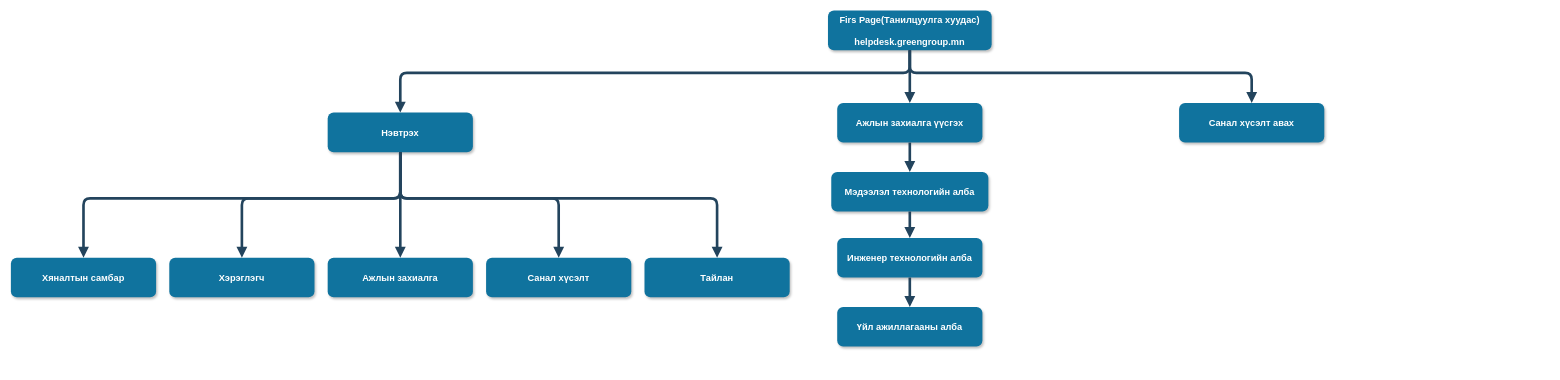
This is Untitled Diagram.drawio from Tuuduu/greennext, a draw.io file, before an edit. Source tidied: cells renumbered, new cells numbered last; positions are measured from the earlier drawing's top-left corner, leaving out a move shared by most shapes. Both pictures are drawn from the tidied source at 66%, with x=0, y=0 at pixel (11, 11).
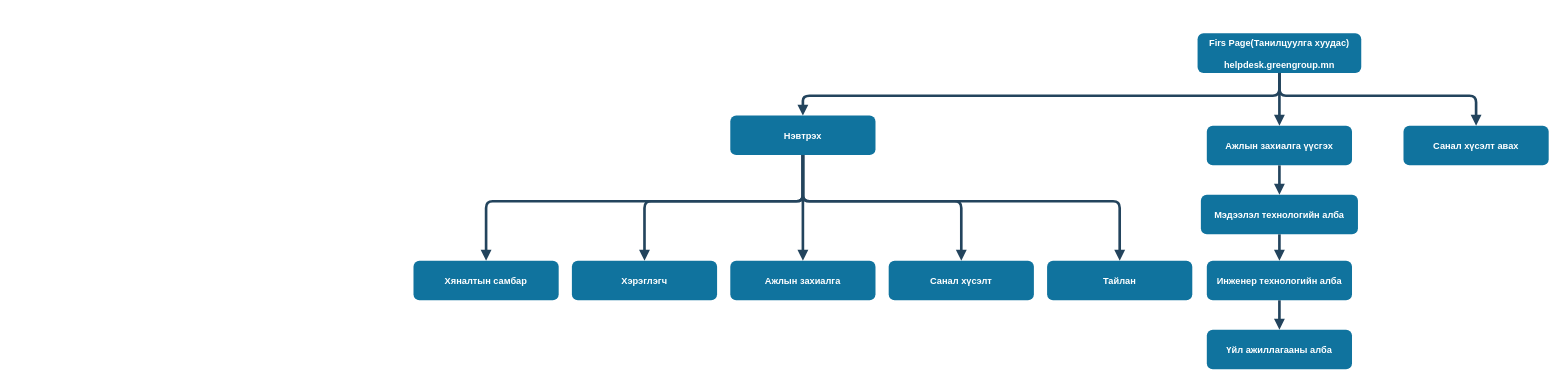
Above is the later version.

Commit message:
A4 хэвэлдэг болгов

Change to the diagram source:
```diff
@@
-    <mxCell id="2" value="Firs Page(Танилцуулга хуудас)&#10;&#10;helpdesk.greengroup.mn" style="rounded=1;fillColor=#10739E;strokeColor=none;shadow=1;gradientColor=none;fontStyle=1;fontColor=#FFFFFF;fontSize=14;" parent="1" vertex="1">
-      <mxGeometry x="1238" y="-0.5" width="248" height="60" as="geometry" />
+    <mxCell id="2" value="Firs Page(Танилцуулга хуудас)&#10;&#10;helpdesk.greengroup.mn" style="rounded=1;fillColor=#10739E;strokeColor=none;shadow=0;gradientColor=none;fontStyle=1;fontColor=#FFFFFF;fontSize=14;" parent="1" vertex="1">
+      <mxGeometry x="1798" y="34" width="248" height="60" as="geometry" />
     </mxCell>
-    <mxCell id="3" value="Нэвтрэх" style="rounded=1;fillColor=#10739E;strokeColor=none;shadow=1;gradientColor=none;fontStyle=1;fontColor=#FFFFFF;fontSize=14;" parent="1" vertex="1">
-      <mxGeometry x="480" y="154" width="220" height="60" as="geometry" />
+    <mxCell id="3" value="Нэвтрэх" style="rounded=1;fillColor=#10739E;strokeColor=none;shadow=0;gradientColor=none;fontStyle=1;fontColor=#FFFFFF;fontSize=14;" parent="1" vertex="1">
+      <mxGeometry x="1090" y="158.5" width="220" height="60" as="geometry" />
     </mxCell>
-    <mxCell id="4" style="edgeStyle=elbowEdgeStyle;elbow=vertical;strokeWidth=4;endArrow=block;endFill=1;fontStyle=1;strokeColor=#23445D;exitX=0.5;exitY=1;exitDx=0;exitDy=0;" parent="1" edge="1" source="2" target="3">
+    <mxCell id="4" style="edgeStyle=elbowEdgeStyle;elbow=vertical;strokeWidth=4;endArrow=block;endFill=1;fontStyle=1;strokeColor=#23445D;exitX=0.5;exitY=1;exitDx=0;exitDy=0;shadow=0;" parent="1" edge="1" source="2" target="3">
       <mxGeometry x="22" y="165.5" as="geometry">
         <Array as="points">
-          <mxPoint x="970" y="94" />
+          <mxPoint x="1530" y="128.5" />
         </Array>
       </mxGeometry>
     </mxCell>
-    <mxCell id="5" style="edgeStyle=elbowEdgeStyle;elbow=vertical;strokeWidth=4;endArrow=block;endFill=1;fontStyle=1;strokeColor=#23445D;entryX=0.5;entryY=0;entryDx=0;entryDy=0;" parent="1" edge="1" source="3" target="19">
+    <mxCell id="5" style="edgeStyle=elbowEdgeStyle;elbow=vertical;strokeWidth=4;endArrow=block;endFill=1;fontStyle=1;strokeColor=#23445D;entryX=0.5;entryY=0;entryDx=0;entryDy=0;shadow=0;" parent="1" edge="1" source="3" target="19">
       <mxGeometry x="22" y="165.5" as="geometry">
         <Array as="points">
-          <mxPoint x="830" y="284" />
+          <mxPoint x="1440" y="288.5" />
         </Array>
       </mxGeometry>
     </mxCell>
-    <mxCell id="6" value="Ажлын захиалга үүсгэх" style="rounded=1;fillColor=#10739E;strokeColor=none;shadow=1;gradientColor=none;fontStyle=1;fontColor=#FFFFFF;fontSize=14;" parent="1" vertex="1">
-      <mxGeometry x="1252" y="139.5" width="220" height="60" as="geometry" />
+    <mxCell id="6" value="Ажлын захиалга үүсгэх" style="rounded=1;fillColor=#10739E;strokeColor=none;shadow=0;gradientColor=none;fontStyle=1;fontColor=#FFFFFF;fontSize=14;" parent="1" vertex="1">
+      <mxGeometry x="1812" y="174" width="220" height="60" as="geometry" />
     </mxCell>
-    <mxCell id="7" value="Санал хүсэлт авах" style="rounded=1;fillColor=#10739E;strokeColor=none;shadow=1;gradientColor=none;fontStyle=1;fontColor=#FFFFFF;fontSize=14;" parent="1" vertex="1">
-      <mxGeometry x="1770" y="139.5" width="220" height="60" as="geometry" />
+    <mxCell id="7" value="Санал хүсэлт авах" style="rounded=1;fillColor=#10739E;strokeColor=none;shadow=0;gradientColor=none;fontStyle=1;fontColor=#FFFFFF;fontSize=14;" parent="1" vertex="1">
+      <mxGeometry x="2110" y="174" width="220" height="60" as="geometry" />
     </mxCell>
-    <mxCell id="8" style="edgeStyle=elbowEdgeStyle;elbow=vertical;strokeWidth=4;endArrow=block;endFill=1;fontStyle=1;strokeColor=#23445D;exitX=0.5;exitY=1;exitDx=0;exitDy=0;entryX=0.5;entryY=0;entryDx=0;entryDy=0;" parent="1" edge="1" target="6">
+    <mxCell id="8" style="edgeStyle=elbowEdgeStyle;elbow=vertical;strokeWidth=4;endArrow=block;endFill=1;fontStyle=1;strokeColor=#23445D;exitX=0.5;exitY=1;exitDx=0;exitDy=0;entryX=0.5;entryY=0;entryDx=0;entryDy=0;shadow=0;" parent="1" edge="1" target="6">
       <mxGeometry x="22" y="165.5" as="geometry">
-        <mxPoint x="1362" y="59.5" as="sourcePoint" />
+        <mxPoint x="1922" y="94" as="sourcePoint" />
       </mxGeometry>
     </mxCell>
-    <mxCell id="9" style="edgeStyle=elbowEdgeStyle;elbow=vertical;strokeWidth=4;endArrow=block;endFill=1;fontStyle=1;strokeColor=#23445D;entryX=0.5;entryY=0;entryDx=0;entryDy=0;exitX=0.5;exitY=1;exitDx=0;exitDy=0;" parent="1" edge="1" source="2" target="7">
+    <mxCell id="9" style="edgeStyle=elbowEdgeStyle;elbow=vertical;strokeWidth=4;endArrow=block;endFill=1;fontStyle=1;strokeColor=#23445D;entryX=0.5;entryY=0;entryDx=0;entryDy=0;exitX=0.5;exitY=1;exitDx=0;exitDy=0;shadow=0;" parent="1" edge="1" source="2" target="7">
       <mxGeometry x="22" y="165.5" as="geometry">
         <Array as="points">
-          <mxPoint x="1620" y="94" />
+          <mxPoint x="1970" y="128.5" />
         </Array>
       </mxGeometry>
     </mxCell>
-    <mxCell id="10" value="Мэдээлэл технологийн алба" style="rounded=1;fillColor=#10739E;strokeColor=none;shadow=1;gradientColor=none;fontStyle=1;fontColor=#FFFFFF;fontSize=14;" parent="1" vertex="1">
-      <mxGeometry x="1243" y="244" width="238" height="60" as="geometry" />
+    <mxCell id="10" value="Мэдээлэл технологийн алба" style="rounded=1;fillColor=#10739E;strokeColor=none;shadow=0;gradientColor=none;fontStyle=1;fontColor=#FFFFFF;fontSize=14;" parent="1" vertex="1">
+      <mxGeometry x="1803" y="278.5" width="238" height="60" as="geometry" />
     </mxCell>
-    <mxCell id="11" value="Хяналтын самбар" style="rounded=1;fillColor=#10739E;strokeColor=none;shadow=1;gradientColor=none;fontStyle=1;fontColor=#FFFFFF;fontSize=14;" parent="1" vertex="1">
-      <mxGeometry y="374" width="220" height="60" as="geometry" />
+    <mxCell id="11" value="Хяналтын самбар" style="rounded=1;fillColor=#10739E;strokeColor=none;shadow=0;gradientColor=none;fontStyle=1;fontColor=#FFFFFF;fontSize=14;" parent="1" vertex="1">
+      <mxGeometry x="610" y="378.5" width="220" height="60" as="geometry" />
     </mxCell>
-    <mxCell id="12" value="Хэрэглэгч" style="rounded=1;fillColor=#10739E;strokeColor=none;shadow=1;gradientColor=none;fontStyle=1;fontColor=#FFFFFF;fontSize=14;" parent="1" vertex="1">
-      <mxGeometry x="240" y="374" width="220" height="60" as="geometry" />
+    <mxCell id="12" value="Хэрэглэгч" style="rounded=1;fillColor=#10739E;strokeColor=none;shadow=0;gradientColor=none;fontStyle=1;fontColor=#FFFFFF;fontSize=14;" parent="1" vertex="1">
+      <mxGeometry x="850" y="378.5" width="220" height="60" as="geometry" />
     </mxCell>
-    <mxCell id="13" style="edgeStyle=elbowEdgeStyle;elbow=vertical;strokeWidth=4;endArrow=block;endFill=1;fontStyle=1;strokeColor=#23445D;exitX=0.5;exitY=1;exitDx=0;exitDy=0;entryX=0.5;entryY=0;entryDx=0;entryDy=0;" parent="1" edge="1" source="6" target="10">
+    <mxCell id="13" style="edgeStyle=elbowEdgeStyle;elbow=vertical;strokeWidth=4;endArrow=block;endFill=1;fontStyle=1;strokeColor=#23445D;exitX=0.5;exitY=1;exitDx=0;exitDy=0;entryX=0.5;entryY=0;entryDx=0;entryDy=0;shadow=0;" parent="1" edge="1" source="6" target="10">
       <mxGeometry x="22" y="165.5" as="geometry" />
     </mxCell>
-    <mxCell id="14" value="Инженер технологийн алба" style="rounded=1;fillColor=#10739E;strokeColor=none;shadow=1;gradientColor=none;fontStyle=1;fontColor=#FFFFFF;fontSize=14;" parent="1" vertex="1">
-      <mxGeometry x="1252" y="344" width="220" height="60" as="geometry" />
+    <mxCell id="14" value="Инженер технологийн алба" style="rounded=1;fillColor=#10739E;strokeColor=none;shadow=0;gradientColor=none;fontStyle=1;fontColor=#FFFFFF;fontSize=14;" parent="1" vertex="1">
+      <mxGeometry x="1812" y="378.5" width="220" height="60" as="geometry" />
     </mxCell>
-    <mxCell id="15" value="Үйл ажиллагааны алба" style="rounded=1;fillColor=#10739E;strokeColor=none;shadow=1;gradientColor=none;fontStyle=1;fontColor=#FFFFFF;fontSize=14;" parent="1" vertex="1">
-      <mxGeometry x="1252" y="448.5" width="220" height="60" as="geometry" />
+    <mxCell id="15" value="Үйл ажиллагааны алба" style="rounded=1;fillColor=#10739E;strokeColor=none;shadow=0;gradientColor=none;fontStyle=1;fontColor=#FFFFFF;fontSize=14;" parent="1" vertex="1">
+      <mxGeometry x="1812" y="483" width="220" height="60" as="geometry" />
     </mxCell>
-    <mxCell id="16" style="edgeStyle=elbowEdgeStyle;elbow=vertical;strokeWidth=4;endArrow=block;endFill=1;fontStyle=1;strokeColor=#23445D;exitX=0.5;exitY=1;exitDx=0;exitDy=0;entryX=0.5;entryY=0;entryDx=0;entryDy=0;" parent="1" edge="1" source="14" target="15">
+    <mxCell id="16" style="edgeStyle=elbowEdgeStyle;elbow=vertical;strokeWidth=4;endArrow=block;endFill=1;fontStyle=1;strokeColor=#23445D;exitX=0.5;exitY=1;exitDx=0;exitDy=0;entryX=0.5;entryY=0;entryDx=0;entryDy=0;shadow=0;" parent="1" edge="1" source="14" target="15">
       <mxGeometry x="22" y="165.5" as="geometry" />
     </mxCell>
-    <mxCell id="17" style="edgeStyle=elbowEdgeStyle;elbow=vertical;strokeWidth=4;endArrow=block;endFill=1;fontStyle=1;strokeColor=#23445D;entryX=0.5;entryY=0;entryDx=0;entryDy=0;exitX=0.5;exitY=1;exitDx=0;exitDy=0;" parent="1" edge="1" source="10" target="14">
+    <mxCell id="17" style="edgeStyle=elbowEdgeStyle;elbow=vertical;strokeWidth=4;endArrow=block;endFill=1;fontStyle=1;strokeColor=#23445D;entryX=0.5;entryY=0;entryDx=0;entryDy=0;exitX=0.5;exitY=1;exitDx=0;exitDy=0;shadow=0;" parent="1" edge="1" source="10" target="14">
       <mxGeometry x="22" y="165.5" as="geometry" />
     </mxCell>
-    <mxCell id="18" value="Ажлын захиалга" style="rounded=1;fillColor=#10739E;strokeColor=none;shadow=1;gradientColor=none;fontStyle=1;fontColor=#FFFFFF;fontSize=14;" parent="1" vertex="1">
-      <mxGeometry x="480" y="374" width="220" height="60" as="geometry" />
+    <mxCell id="18" value="Ажлын захиалга" style="rounded=1;fillColor=#10739E;strokeColor=none;shadow=0;gradientColor=none;fontStyle=1;fontColor=#FFFFFF;fontSize=14;" parent="1" vertex="1">
+      <mxGeometry x="1090" y="378.5" width="220" height="60" as="geometry" />
     </mxCell>
-    <mxCell id="19" value="Санал хүсэлт" style="rounded=1;fillColor=#10739E;strokeColor=none;shadow=1;gradientColor=none;fontStyle=1;fontColor=#FFFFFF;fontSize=14;" parent="1" vertex="1">
-      <mxGeometry x="720" y="374" width="220" height="60" as="geometry" />
+    <mxCell id="19" value="Санал хүсэлт" style="rounded=1;fillColor=#10739E;strokeColor=none;shadow=0;gradientColor=none;fontStyle=1;fontColor=#FFFFFF;fontSize=14;" parent="1" vertex="1">
+      <mxGeometry x="1330" y="378.5" width="220" height="60" as="geometry" />
     </mxCell>
-    <mxCell id="20" style="edgeStyle=elbowEdgeStyle;elbow=vertical;strokeWidth=4;endArrow=block;endFill=1;fontStyle=1;strokeColor=#23445D;entryX=0.5;entryY=0;entryDx=0;entryDy=0;exitX=0.5;exitY=1;exitDx=0;exitDy=0;" parent="1" edge="1" source="3" target="18">
+    <mxCell id="20" style="edgeStyle=elbowEdgeStyle;elbow=vertical;strokeWidth=4;endArrow=block;endFill=1;fontStyle=1;strokeColor=#23445D;entryX=0.5;entryY=0;entryDx=0;entryDy=0;exitX=0.5;exitY=1;exitDx=0;exitDy=0;shadow=0;" parent="1" edge="1" source="3" target="18">
       <mxGeometry x="22" y="165.5" as="geometry">
         <Array as="points">
-          <mxPoint x="600" y="284" />
+          <mxPoint x="1210" y="288.5" />
         </Array>
       </mxGeometry>
     </mxCell>
-    <mxCell id="21" style="edgeStyle=elbowEdgeStyle;elbow=vertical;strokeWidth=4;endArrow=block;endFill=1;fontStyle=1;strokeColor=#23445D;entryX=0.5;entryY=0;entryDx=0;entryDy=0;exitX=0.5;exitY=1;exitDx=0;exitDy=0;" parent="1" edge="1" source="3" target="12">
+    <mxCell id="21" style="edgeStyle=elbowEdgeStyle;elbow=vertical;strokeWidth=4;endArrow=block;endFill=1;fontStyle=1;strokeColor=#23445D;entryX=0.5;entryY=0;entryDx=0;entryDy=0;exitX=0.5;exitY=1;exitDx=0;exitDy=0;shadow=0;" parent="1" edge="1" source="3" target="12">
       <mxGeometry x="22" y="165.5" as="geometry">
         <Array as="points">
-          <mxPoint x="490" y="284" />
+          <mxPoint x="1100" y="288.5" />
         </Array>
       </mxGeometry>
     </mxCell>
-    <mxCell id="22" style="edgeStyle=elbowEdgeStyle;elbow=vertical;strokeWidth=4;endArrow=block;endFill=1;fontStyle=1;strokeColor=#23445D;entryX=0.5;entryY=0;entryDx=0;entryDy=0;exitX=0.5;exitY=1;exitDx=0;exitDy=0;" parent="1" edge="1" source="3" target="11">
+    <mxCell id="22" style="edgeStyle=elbowEdgeStyle;elbow=vertical;strokeWidth=4;endArrow=block;endFill=1;fontStyle=1;strokeColor=#23445D;entryX=0.5;entryY=0;entryDx=0;entryDy=0;exitX=0.5;exitY=1;exitDx=0;exitDy=0;shadow=0;" parent="1" edge="1" source="3" target="11">
       <mxGeometry x="22" y="165.5" as="geometry">
         <Array as="points">
-          <mxPoint x="310" y="284" />
+          <mxPoint x="920" y="288.5" />
         </Array>
       </mxGeometry>
     </mxCell>
-    <mxCell id="23" style="edgeStyle=elbowEdgeStyle;elbow=vertical;strokeWidth=4;endArrow=block;endFill=1;fontStyle=1;strokeColor=#23445D;entryX=0.5;entryY=0;entryDx=0;entryDy=0;exitX=0.5;exitY=1;exitDx=0;exitDy=0;" parent="1" edge="1" source="3" target="24">
+    <mxCell id="23" style="edgeStyle=elbowEdgeStyle;elbow=vertical;strokeWidth=4;endArrow=block;endFill=1;fontStyle=1;strokeColor=#23445D;entryX=0.5;entryY=0;entryDx=0;entryDy=0;exitX=0.5;exitY=1;exitDx=0;exitDy=0;shadow=0;" parent="1" edge="1" source="3" target="24">
       <mxGeometry x="22" y="165.5" as="geometry">
         <Array as="points">
-          <mxPoint x="1070" y="284" />
+          <mxPoint x="1680" y="288.5" />
         </Array>
       </mxGeometry>
     </mxCell>
-    <mxCell id="24" value="Тайлан" style="rounded=1;fillColor=#10739E;strokeColor=none;shadow=1;gradientColor=none;fontStyle=1;fontColor=#FFFFFF;fontSize=14;" parent="1" vertex="1">
-      <mxGeometry x="960" y="374" width="220" height="60" as="geometry" />
+    <mxCell id="24" value="Тайлан" style="rounded=1;fillColor=#10739E;strokeColor=none;shadow=0;gradientColor=none;fontStyle=1;fontColor=#FFFFFF;fontSize=14;" parent="1" vertex="1">
+      <mxGeometry x="1570" y="378.5" width="220" height="60" as="geometry" />
     </mxCell>
```
